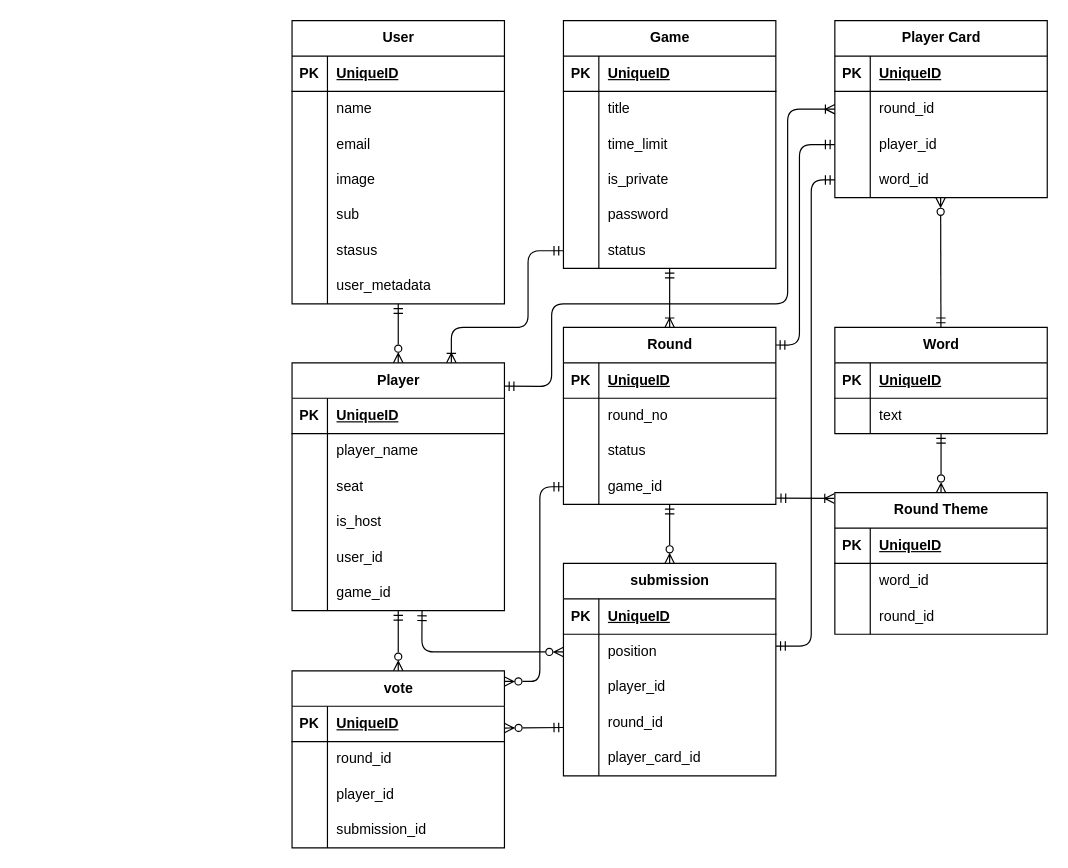
sendo-kakeru/omojan keeps this draw.io diagram as docs/er_v2.drawio. Above is the earlier version. Source tidied: cells renumbered, new cells numbered last; positions are measured from the earlier drawing's top-left corner, leaving out a move shared by most shapes. Both pictures are drawn from the tidied source at 118%, with x=0, y=0 at pixel (291, 20).
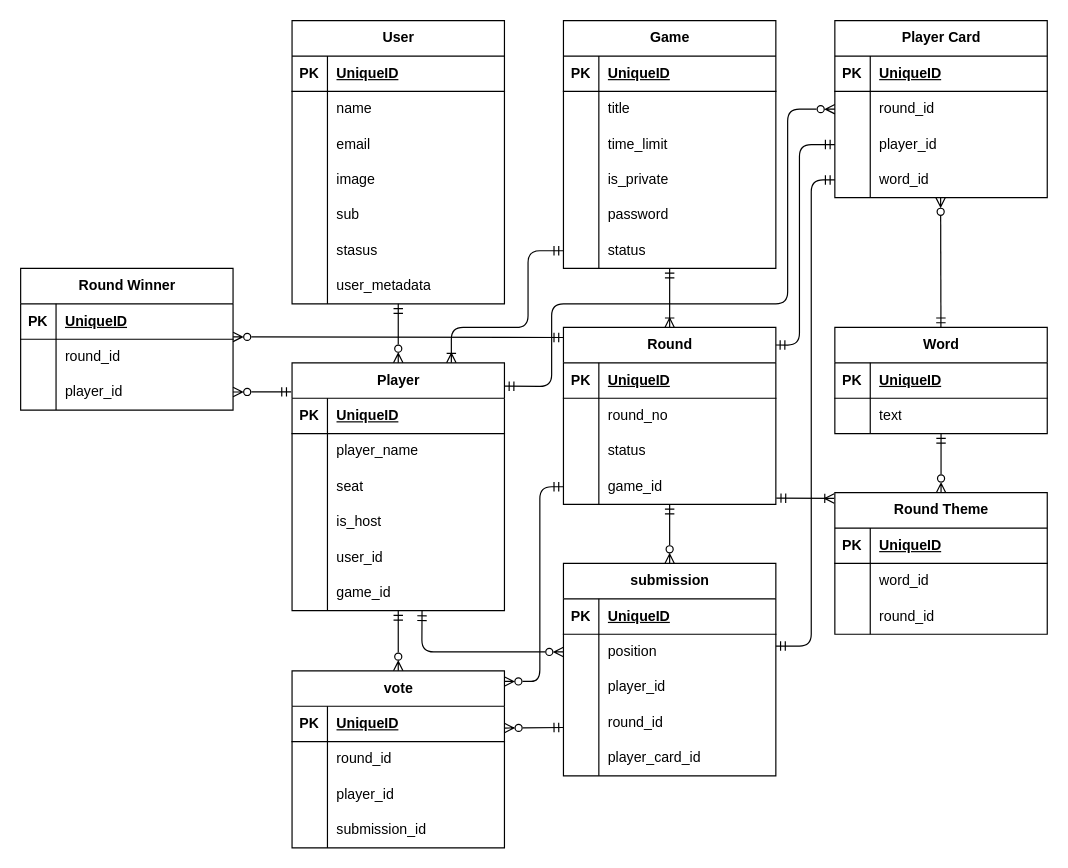
Above is the later version.

The change refers to these unchanged cells:
```xml
<mxCell id="53" value="Player" style="shape=table;startSize=30;childLayout=tableLayout;rowLines=0;fontStyle=1;align=center;html=1;" parent="1" vertex="1">
  <mxGeometry y="290" width="180" height="210" as="geometry" />
</mxCell>
<mxCell id="77" style="shape=tableRow;horizontal=0;startSize=0;swimlaneHead=0;swimlaneBody=0;fillColor=none;points=[[0,0.5],[1,0.5]];portConstraint=eastwest;top=0;left=0;right=0;bottom=0;" parent="73" vertex="1">
  <mxGeometry y="60" width="180" height="30" as="geometry" />
</mxCell>
```

Change to the diagram source:
```diff
@@
-    <mxCell id="52" style="edgeStyle=none;html=1;entryX=0;entryY=0.5;entryDx=0;entryDy=0;exitX=1;exitY=0.094;exitDx=0;exitDy=0;endArrow=ERoneToMany;endFill=0;startArrow=ERmandOne;startFill=0;exitPerimeter=0;" parent="1" edge="1" source="53" target="77">
+    <mxCell id="52" style="edgeStyle=none;html=1;entryX=0;entryY=0.5;entryDx=0;entryDy=0;exitX=1;exitY=0.094;exitDx=0;exitDy=0;endArrow=ERzeroToMany;endFill=0;startArrow=ERmandOne;startFill=0;exitPerimeter=0;" parent="1" edge="1" source="53" target="77">
       <mxGeometry relative="1" as="geometry">
         <Array as="points">
           <mxPoint x="220" y="310" />
           <mxPoint x="220" y="240" />
           <mxPoint x="420" y="240" />
           <mxPoint x="420" y="75" />
         </Array>
       </mxGeometry>
     </mxCell>
@@
+    <mxCell id="148" value="Round Winner" style="shape=table;startSize=30;childLayout=tableLayout;rowLines=0;fontStyle=1;align=center;html=1;" parent="1" vertex="1">
+      <mxGeometry x="-230" y="210" width="180" height="120" as="geometry" />
+    </mxCell>
+    <mxCell id="149" style="shape=tableRow;horizontal=0;startSize=0;swimlaneHead=0;swimlaneBody=0;fillColor=none;top=0;left=0;right=0;bottom=1;" parent="148" vertex="1">
+      <mxGeometry y="30" width="180" height="30" as="geometry" />
+    </mxCell>
+    <mxCell id="150" value="PK" style="shape=partialRectangle;fillColor=none;top=0;left=0;bottom=0;right=0;fontStyle=1;overflow=hidden;whiteSpace=wrap;html=1;" parent="149" vertex="1">
+      <mxGeometry width="30" height="30" as="geometry" />
+    </mxCell>
+    <mxCell id="151" value="UniqueID" style="shape=partialRectangle;fillColor=none;top=0;left=0;bottom=0;right=0;align=left;spacingLeft=6;fontStyle=5;overflow=hidden;whiteSpace=wrap;html=1;" parent="149" vertex="1">
+      <mxGeometry x="30" width="150" height="30" as="geometry" />
+    </mxCell>
+    <mxCell id="152" style="shape=tableRow;horizontal=0;startSize=0;swimlaneHead=0;swimlaneBody=0;fillColor=none;top=0;left=0;right=0;bottom=0;" parent="148" vertex="1">
+      <mxGeometry y="60" width="180" height="30" as="geometry" />
+    </mxCell>
+    <mxCell id="153" style="shape=partialRectangle;fillColor=none;top=0;left=0;bottom=0;right=0;overflow=hidden;whiteSpace=wrap;html=1;" parent="152" vertex="1">
+      <mxGeometry width="30" height="30" as="geometry" />
+    </mxCell>
+    <mxCell id="154" value="round_id" style="shape=partialRectangle;fillColor=none;top=0;left=0;bottom=0;right=0;align=left;spacingLeft=6;overflow=hidden;whiteSpace=wrap;html=1;" parent="152" vertex="1">
+      <mxGeometry x="30" width="150" height="30" as="geometry" />
+    </mxCell>
+    <mxCell id="155" style="shape=tableRow;horizontal=0;startSize=0;swimlaneHead=0;swimlaneBody=0;fillColor=none;points=[[0,0.5],[1,0.5]];portConstraint=eastwest;top=0;left=0;right=0;bottom=0;" parent="148" vertex="1">
+      <mxGeometry y="90" width="180" height="30" as="geometry" />
+    </mxCell>
+    <mxCell id="156" style="shape=partialRectangle;fillColor=none;top=0;left=0;bottom=0;right=0;overflow=hidden;whiteSpace=wrap;html=1;" parent="155" vertex="1">
+      <mxGeometry width="30" height="30" as="geometry" />
+    </mxCell>
+    <mxCell id="157" value="player_id" style="shape=partialRectangle;fillColor=none;top=0;left=0;bottom=0;right=0;align=left;spacingLeft=6;overflow=hidden;whiteSpace=wrap;html=1;" parent="155" vertex="1">
+      <mxGeometry x="30" width="150" height="30" as="geometry" />
+    </mxCell>
+    <mxCell id="158" style="edgeStyle=none;html=1;exitX=0;exitY=0;exitDx=0;exitDy=0;endArrow=ERzeroToMany;endFill=0;startArrow=ERmandOne;startFill=0;" parent="1" edge="1">
+      <mxGeometry relative="1" as="geometry">
+        <mxPoint x="230" y="268.5" as="sourcePoint" />
+        <mxPoint x="-50" y="268" as="targetPoint" />
+      </mxGeometry>
+    </mxCell>
+    <mxCell id="159" style="edgeStyle=none;html=1;endArrow=ERmandOne;endFill=0;startArrow=ERzeroToMany;startFill=0;entryX=-0.004;entryY=0.117;entryDx=0;entryDy=0;entryPerimeter=0;" parent="1" edge="1" source="155" target="53">
+      <mxGeometry relative="1" as="geometry" />
+    </mxCell>
```
